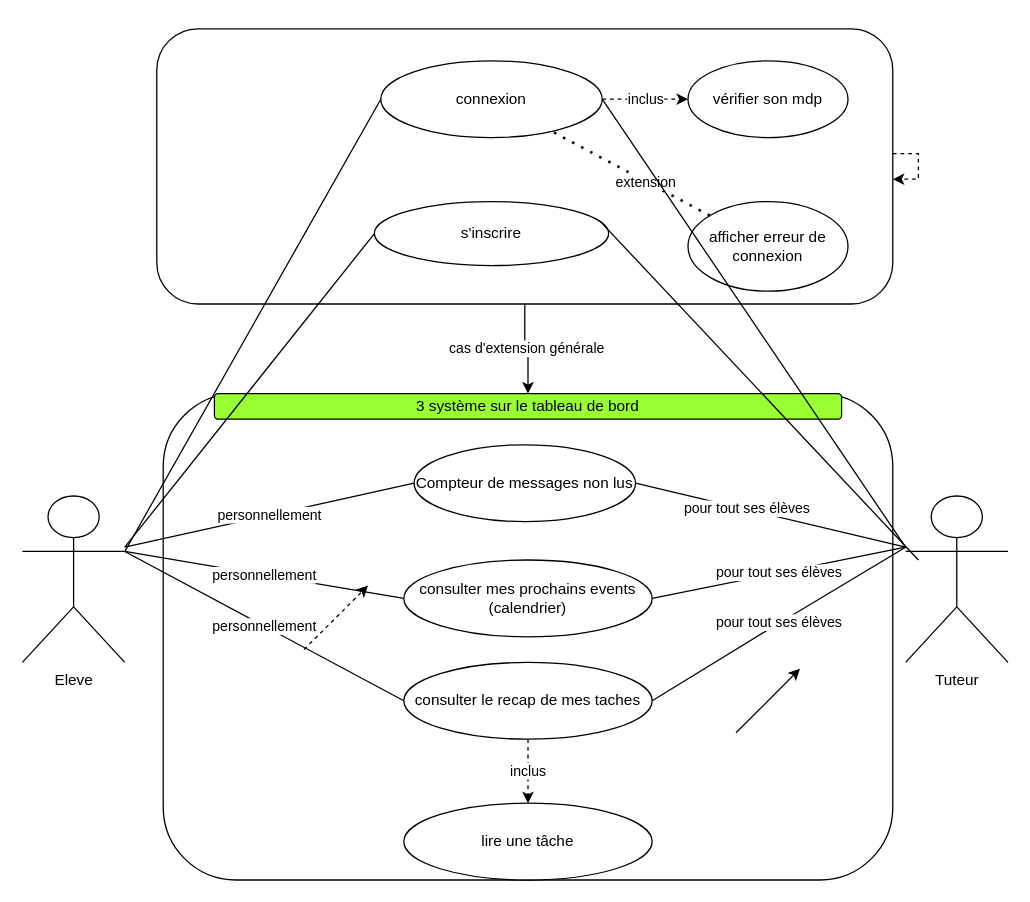
Before: diagramme/Diagramme sans nom.drawio in Chardema/P10, a draw.io diagram. Source tidied: cells renumbered, new cells numbered last; positions are measured from the earlier drawing's top-left corner, leaving out a move shared by most shapes. Both pictures are drawn from the tidied source at 128%, with x=0, y=0 at pixel (22, 28).
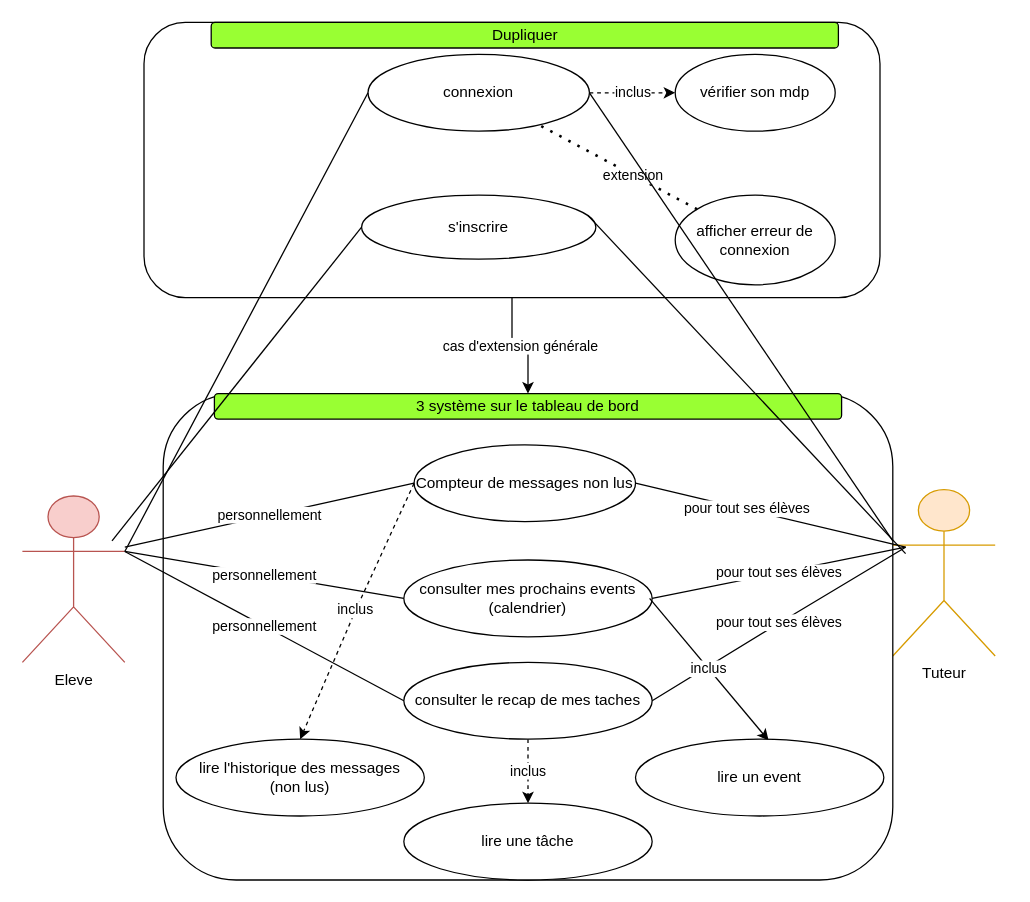
After the change.

Commit message:
fin page 1

Unchanged cells that the change refers to:
```xml
<mxCell id="16" value="Compteur de messages non lus" style="ellipse;whiteSpace=wrap;html=1;" parent="1" vertex="1">
  <mxGeometry x="306" y="325" width="173" height="60" as="geometry" />
</mxCell>
```

What changed in the source:
```diff
@@
     <mxCell id="3" style="rounded=1;whiteSpace=wrap;html=1;" parent="1" vertex="1">
-      <mxGeometry x="105" width="575" height="215" as="geometry" />
+      <mxGeometry x="95" y="-5" width="575" height="215" as="geometry" />
     </mxCell>
@@
     <mxCell id="5" value="connexion" style="ellipse;whiteSpace=wrap;html=1;" parent="1" vertex="1">
-      <mxGeometry x="280" y="25" width="173" height="60" as="geometry" />
+      <mxGeometry x="270" y="20" width="173" height="60" as="geometry" />
     </mxCell>
     <mxCell id="6" value="s'inscrire" style="ellipse;whiteSpace=wrap;html=1;" parent="1" vertex="1">
-      <mxGeometry x="275" y="135" width="183" height="50" as="geometry" />
+      <mxGeometry x="265" y="130" width="183" height="50" as="geometry" />
     </mxCell>
-    <mxCell id="7" value="Eleve" style="shape=umlActor;verticalLabelPosition=bottom;verticalAlign=top;html=1;outlineConnect=0;" parent="1" vertex="1">
+    <mxCell id="7" value="Eleve" style="shape=umlActor;verticalLabelPosition=bottom;verticalAlign=top;html=1;outlineConnect=0;fillColor=#f8cecc;strokeColor=#b85450;" parent="1" vertex="1">
       <mxGeometry y="365" width="80" height="130" as="geometry" />
     </mxCell>
-    <mxCell id="8" value="Tuteur" style="shape=umlActor;verticalLabelPosition=bottom;verticalAlign=top;html=1;" parent="1" vertex="1">
-      <mxGeometry x="690" y="365" width="80" height="130" as="geometry" />
+    <mxCell id="8" value="Tuteur" style="shape=umlActor;verticalLabelPosition=bottom;verticalAlign=top;html=1;fillColor=#ffe6cc;strokeColor=#d79b00;" parent="1" vertex="1">
+      <mxGeometry x="680" y="360" width="80" height="130" as="geometry" />
     </mxCell>
     <mxCell id="9" value="vérifier son mdp" style="ellipse;whiteSpace=wrap;html=1;" parent="1" vertex="1">
-      <mxGeometry x="520" y="25" width="125" height="60" as="geometry" />
+      <mxGeometry x="510" y="20" width="125" height="60" as="geometry" />
     </mxCell>
     <mxCell id="10" value="afficher erreur de connexion" style="ellipse;whiteSpace=wrap;html=1;" parent="1" vertex="1">
-      <mxGeometry x="520" y="135" width="125" height="70" as="geometry" />
+      <mxGeometry x="510" y="130" width="125" height="70" as="geometry" />
     </mxCell>
@@
-    <mxCell id="13" style="edgeStyle=orthogonalEdgeStyle;rounded=0;orthogonalLoop=1;jettySize=auto;html=1;dashed=1;" parent="1" edge="1" source="3" target="3">
-      <mxGeometry relative="1" as="geometry" />
-    </mxCell>
@@
     <mxCell id="18" style="endArrow=none;html=1;rounded=0;entryX=0;entryY=0.5;entryDx=0;entryDy=0;" parent="1" edge="1" target="6">
       <mxGeometry relative="1" as="geometry">
-        <mxPoint x="80" y="405" as="sourcePoint" />
+        <mxPoint x="70" y="400" as="sourcePoint" />
       </mxGeometry>
     </mxCell>
     <mxCell id="19" style="endArrow=none;html=1;rounded=0;entryX=0;entryY=0.5;entryDx=0;entryDy=0;exitX=1;exitY=0.3333333333333333;exitDx=0;exitDy=0;exitPerimeter=0;" parent="1" edge="1" source="7">
       <mxGeometry relative="1" as="geometry">
-        <mxPoint x="280" y="55" as="targetPoint" />
+        <mxPoint x="270" y="50" as="targetPoint" />
       </mxGeometry>
     </mxCell>
@@
     <mxCell id="21" style="endArrow=none;html=1;rounded=0;entryX=1;entryY=0.5;entryDx=0;entryDy=0;" parent="1" edge="1" target="5">
       <mxGeometry relative="1" as="geometry">
-        <mxPoint x="690" y="405" as="sourcePoint" />
+        <mxPoint x="680" y="400" as="sourcePoint" />
       </mxGeometry>
     </mxCell>
     <mxCell id="22" style="endArrow=none;html=1;rounded=0;entryX=0.967;entryY=0.32;entryDx=0;entryDy=0;entryPerimeter=0;" parent="1" edge="1" target="6">
       <mxGeometry relative="1" as="geometry">
-        <mxPoint x="700" y="415" as="sourcePoint" />
+        <mxPoint x="690" y="410" as="sourcePoint" />
       </mxGeometry>
     </mxCell>
@@
-    <mxCell id="32" style="endArrow=classic;html=1;rounded=0;" parent="1" edge="1">
+    <mxCell id="32" value="inclus" style="endArrow=classic;html=1;rounded=0;entryX=0.536;entryY=0.017;entryDx=0;entryDy=0;entryPerimeter=0;" parent="1" edge="1" target="35">
       <mxGeometry relative="1" as="geometry">
-        <mxPoint x="557.5" y="550" as="sourcePoint" />
-        <mxPoint x="607.5" y="500" as="targetPoint" />
+        <mxPoint x="490" y="445" as="sourcePoint" />
       </mxGeometry>
     </mxCell>
-    <mxCell id="33" style="endArrow=classic;html=1;rounded=0;dashed=1;" parent="1" edge="1">
+    <mxCell id="33" value="inclus" style="endArrow=classic;html=1;rounded=0;dashed=1;exitX=0;exitY=0.5;exitDx=0;exitDy=0;entryX=0.5;entryY=0;entryDx=0;entryDy=0;" parent="1" edge="1" source="16" target="34">
       <mxGeometry relative="1" as="geometry">
-        <mxPoint x="220" y="485" as="sourcePoint" />
-        <mxPoint x="270" y="435" as="targetPoint" />
+        <Array as="points">
+          <mxPoint x="260" y="455" />
+        </Array>
       </mxGeometry>
     </mxCell>
+    <mxCell id="34" value="lire l'historique des messages&lt;br&gt;(non lus)" style="ellipse;whiteSpace=wrap;html=1;" parent="1" vertex="1">
+      <mxGeometry x="120" y="555" width="194" height="60" as="geometry" />
+    </mxCell>
+    <mxCell id="35" value="lire un event" style="ellipse;whiteSpace=wrap;html=1;" parent="1" vertex="1">
+      <mxGeometry x="479" y="555" width="194" height="60" as="geometry" />
+    </mxCell>
+    <mxCell id="36" value="Dupliquer" style="rounded=1;whiteSpace=wrap;html=1;fillColor=#99FF33;" parent="1" vertex="1">
+      <mxGeometry x="147.5" y="-5" width="490" height="20" as="geometry" />
+    </mxCell>
```
